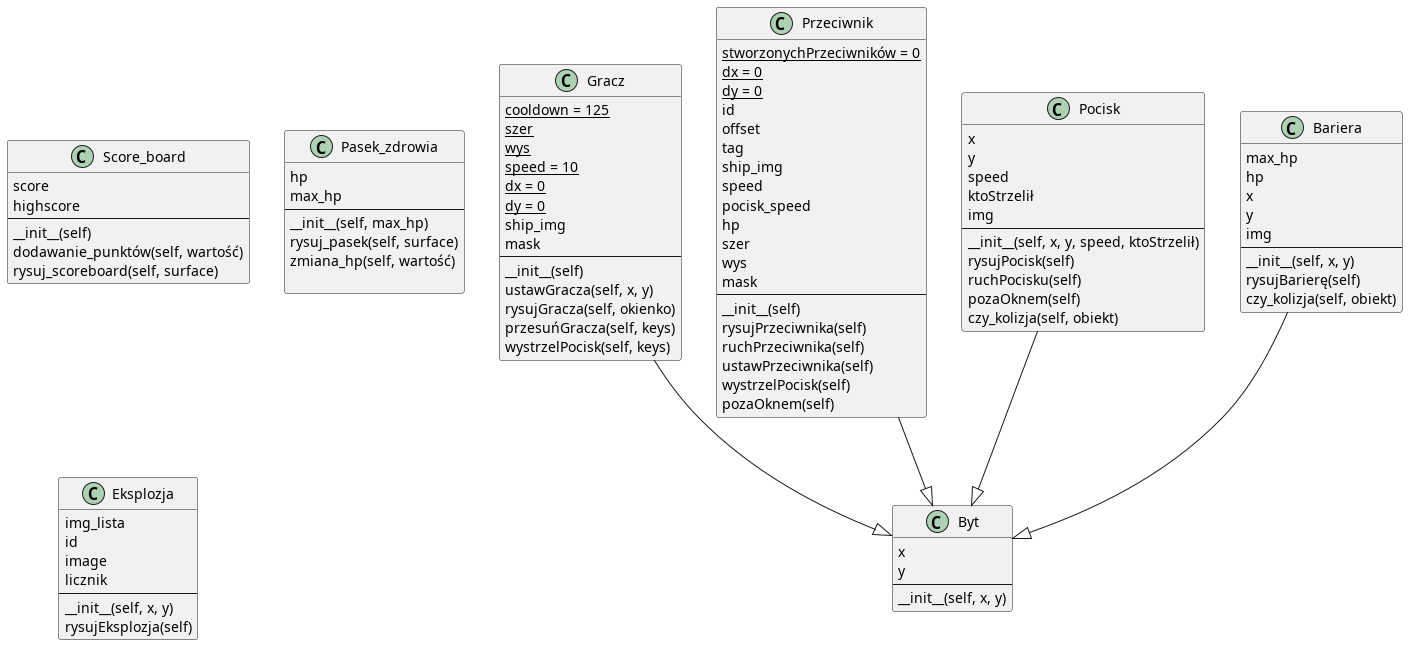
This is diagram_UML_projekt/diagramUML/diagramUML.png from DawidSkowronski/Projekt_programowanie_semestr_letni_2024, a PlantUML export, as it was before one commit.
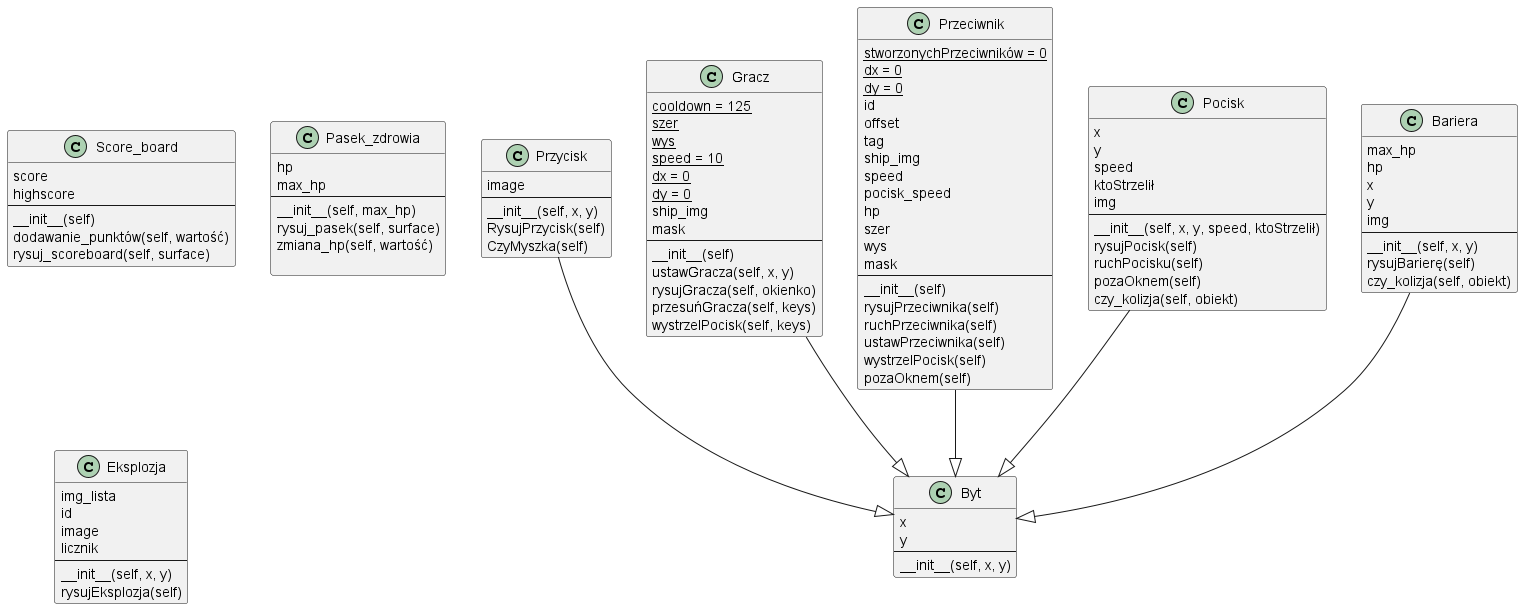
After the commit.

Commit message:
Dodanie instrukcji; dodanie klasy Przycisk do diagramu UML

The edit, as a diff of the source:
```diff
@@ -1,10 +1,18 @@
-@startuml
+@startuml diagramUML
 
 class Byt{
 x
 y
 --
 __init__(self, x, y)
+}
+
+class Przycisk {
+    image
+    --
+    __init__(self, x, y)
+    RysujPrzycisk(self)
+    CzyMyszka(self)
 }
 
 class Gracz {
@@ -108,5 +116,5 @@
 Przeciwnik --|> Byt
 Pocisk --|> Byt
 Bariera --|> Byt
-
+Przycisk --|> Byt
 @enduml
```
